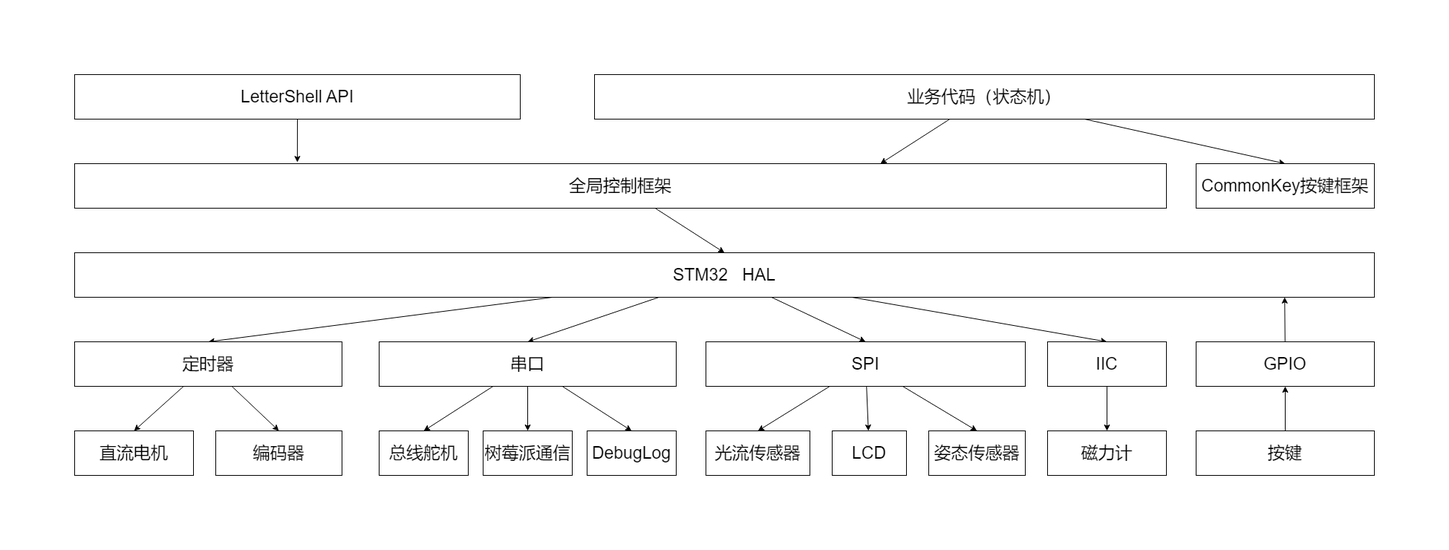
Above: Controler/structure.png in ZheWana/2023-Work-training-competition-software (draw.io), before the change. Source tidied: cells renumbered, new cells last; positions are measured from the earlier drawing's top-left corner, leaving out a move shared by most shapes. Its diagram source:
```xml
<mxGraphModel>
  <root>
    <mxCell id="0" />
    <mxCell id="1" parent="0" />
    <mxCell id="2" style="edgeStyle=none;html=1;entryX=0.5;entryY=0;entryDx=0;entryDy=0;fontSize=23;" parent="1" edge="1" source="3" target="8">
      <mxGeometry relative="1" as="geometry" />
    </mxCell>
    <mxCell id="3" value="&lt;font style=&quot;font-size: 23px;&quot;&gt;全局控制框架&lt;/font&gt;" style="rounded=0;whiteSpace=wrap;html=1;" parent="1" vertex="1">
      <mxGeometry y="120" width="1470" height="60" as="geometry" />
    </mxCell>
    <mxCell id="4" style="edgeStyle=none;html=1;entryX=0.5;entryY=0;entryDx=0;entryDy=0;fontSize=23;" parent="1" edge="1" source="8" target="11">
      <mxGeometry relative="1" as="geometry" />
    </mxCell>
    <mxCell id="5" style="edgeStyle=none;html=1;entryX=0.5;entryY=0;entryDx=0;entryDy=0;fontSize=23;" parent="1" edge="1" source="8" target="15">
      <mxGeometry relative="1" as="geometry" />
    </mxCell>
    <mxCell id="6" style="edgeStyle=none;html=1;entryX=0.5;entryY=0;entryDx=0;entryDy=0;fontSize=23;" parent="1" edge="1" source="8" target="19">
      <mxGeometry relative="1" as="geometry" />
    </mxCell>
    <mxCell id="7" style="edgeStyle=none;html=1;entryX=0.5;entryY=0;entryDx=0;entryDy=0;fontSize=23;" parent="1" edge="1" source="8" target="21">
      <mxGeometry relative="1" as="geometry" />
    </mxCell>
    <mxCell id="8" value="STM32&amp;nbsp; &amp;nbsp;HAL" style="whiteSpace=wrap;html=1;fontSize=23;" parent="1" vertex="1">
      <mxGeometry y="240" width="1750" height="60" as="geometry" />
    </mxCell>
    <mxCell id="9" style="edgeStyle=none;html=1;entryX=0.5;entryY=0;entryDx=0;entryDy=0;fontSize=23;" parent="1" edge="1" source="11" target="22">
      <mxGeometry relative="1" as="geometry" />
    </mxCell>
    <mxCell id="10" style="edgeStyle=none;html=1;entryX=0.5;entryY=0;entryDx=0;entryDy=0;fontSize=23;" parent="1" edge="1" source="11" target="23">
      <mxGeometry relative="1" as="geometry" />
    </mxCell>
    <mxCell id="11" value="定时器" style="whiteSpace=wrap;html=1;fontSize=23;" parent="1" vertex="1">
      <mxGeometry y="360" width="360" height="60" as="geometry" />
    </mxCell>
    <mxCell id="12" style="edgeStyle=none;html=1;entryX=0.5;entryY=0;entryDx=0;entryDy=0;fontSize=23;" parent="1" edge="1" source="15" target="24">
      <mxGeometry relative="1" as="geometry" />
    </mxCell>
    <mxCell id="13" style="edgeStyle=none;html=1;entryX=0.5;entryY=0;entryDx=0;entryDy=0;fontSize=23;" parent="1" edge="1" source="15" target="25">
      <mxGeometry relative="1" as="geometry" />
    </mxCell>
    <mxCell id="14" style="edgeStyle=none;html=1;entryX=0.5;entryY=0;entryDx=0;entryDy=0;fontSize=23;" parent="1" edge="1" source="15" target="26">
      <mxGeometry relative="1" as="geometry" />
    </mxCell>
    <mxCell id="15" value="串口" style="whiteSpace=wrap;html=1;fontSize=23;" parent="1" vertex="1">
      <mxGeometry x="410" y="360" width="400" height="60" as="geometry" />
    </mxCell>
    <mxCell id="16" style="edgeStyle=none;html=1;fontSize=23;entryX=0.5;entryY=0;entryDx=0;entryDy=0;" parent="1" edge="1" source="19" target="27">
      <mxGeometry relative="1" as="geometry" />
    </mxCell>
    <mxCell id="17" style="edgeStyle=none;html=1;fontSize=23;" parent="1" edge="1" source="19" target="28">
      <mxGeometry relative="1" as="geometry" />
    </mxCell>
    <mxCell id="18" style="edgeStyle=none;html=1;entryX=0.5;entryY=0;entryDx=0;entryDy=0;fontSize=23;" parent="1" edge="1" source="19" target="29">
      <mxGeometry relative="1" as="geometry" />
    </mxCell>
    <mxCell id="19" value="SPI" style="whiteSpace=wrap;html=1;fontSize=23;" parent="1" vertex="1">
      <mxGeometry x="850" y="360" width="430" height="60" as="geometry" />
    </mxCell>
    <mxCell id="20" style="edgeStyle=none;html=1;entryX=0.5;entryY=0;entryDx=0;entryDy=0;fontSize=23;" parent="1" edge="1" source="21" target="30">
      <mxGeometry relative="1" as="geometry" />
    </mxCell>
    <mxCell id="21" value="IIC" style="whiteSpace=wrap;html=1;fontSize=23;" parent="1" vertex="1">
      <mxGeometry x="1310" y="360" width="160" height="60" as="geometry" />
    </mxCell>
    <mxCell id="22" value="直流电机" style="whiteSpace=wrap;html=1;fontSize=23;" parent="1" vertex="1">
      <mxGeometry y="480" width="160" height="60" as="geometry" />
    </mxCell>
    <mxCell id="23" value="编码器" style="whiteSpace=wrap;html=1;fontSize=23;" parent="1" vertex="1">
      <mxGeometry x="190" y="480" width="170" height="60" as="geometry" />
    </mxCell>
    <mxCell id="24" value="总线舵机" style="whiteSpace=wrap;html=1;fontSize=23;" parent="1" vertex="1">
      <mxGeometry x="410" y="480" width="120" height="60" as="geometry" />
    </mxCell>
    <mxCell id="25" value="树莓派通信" style="whiteSpace=wrap;html=1;fontSize=23;" parent="1" vertex="1">
      <mxGeometry x="550" y="480" width="120" height="60" as="geometry" />
    </mxCell>
    <mxCell id="26" value="DebugLog" style="whiteSpace=wrap;html=1;fontSize=23;" parent="1" vertex="1">
      <mxGeometry x="690" y="480" width="120" height="60" as="geometry" />
    </mxCell>
    <mxCell id="27" value="光流传感器" style="whiteSpace=wrap;html=1;fontSize=23;" parent="1" vertex="1">
      <mxGeometry x="850" y="480" width="140" height="60" as="geometry" />
    </mxCell>
    <mxCell id="28" value="LCD" style="whiteSpace=wrap;html=1;fontSize=23;" parent="1" vertex="1">
      <mxGeometry x="1020" y="480" width="100" height="60" as="geometry" />
    </mxCell>
    <mxCell id="29" value="姿态传感器" style="whiteSpace=wrap;html=1;fontSize=23;" parent="1" vertex="1">
      <mxGeometry x="1150" y="480" width="130" height="60" as="geometry" />
    </mxCell>
    <mxCell id="30" value="磁力计" style="whiteSpace=wrap;html=1;fontSize=23;" parent="1" vertex="1">
      <mxGeometry x="1310" y="480" width="160" height="60" as="geometry" />
    </mxCell>
    <mxCell id="31" style="edgeStyle=none;html=1;entryX=0.204;entryY=-0.031;entryDx=0;entryDy=0;entryPerimeter=0;fontSize=23;" parent="1" edge="1" source="32" target="3">
      <mxGeometry relative="1" as="geometry" />
    </mxCell>
    <mxCell id="32" value="LetterShell API" style="whiteSpace=wrap;html=1;fontSize=23;" parent="1" vertex="1">
      <mxGeometry width="600" height="60" as="geometry" />
    </mxCell>
    <mxCell id="33" style="edgeStyle=none;html=1;entryX=0.738;entryY=0;entryDx=0;entryDy=0;entryPerimeter=0;fontSize=23;" parent="1" edge="1" source="35" target="3">
      <mxGeometry relative="1" as="geometry" />
    </mxCell>
    <mxCell id="34" style="edgeStyle=none;html=1;entryX=0.5;entryY=0;entryDx=0;entryDy=0;fontSize=23;" parent="1" edge="1" source="35" target="40">
      <mxGeometry relative="1" as="geometry" />
    </mxCell>
    <mxCell id="35" value="业务代码（状态机）" style="whiteSpace=wrap;html=1;fontSize=23;" parent="1" vertex="1">
      <mxGeometry x="700" width="1050" height="60" as="geometry" />
    </mxCell>
    <mxCell id="36" style="edgeStyle=none;html=1;entryX=0.931;entryY=0.998;entryDx=0;entryDy=0;entryPerimeter=0;fontSize=23;" parent="1" edge="1" source="37" target="8">
      <mxGeometry relative="1" as="geometry" />
    </mxCell>
    <mxCell id="37" value="GPIO" style="whiteSpace=wrap;html=1;fontSize=23;" parent="1" vertex="1">
      <mxGeometry x="1510" y="360" width="240" height="60" as="geometry" />
    </mxCell>
    <mxCell id="38" style="edgeStyle=none;html=1;entryX=0.5;entryY=1;entryDx=0;entryDy=0;fontSize=23;" parent="1" edge="1" source="39" target="37">
      <mxGeometry relative="1" as="geometry" />
    </mxCell>
    <mxCell id="39" value="按键" style="whiteSpace=wrap;html=1;fontSize=23;" parent="1" vertex="1">
      <mxGeometry x="1510" y="480" width="240" height="60" as="geometry" />
    </mxCell>
    <mxCell id="40" value="CommonKey按键框架" style="whiteSpace=wrap;html=1;fontSize=23;" parent="1" vertex="1">
      <mxGeometry x="1510" y="120" width="240" height="60" as="geometry" />
    </mxCell>
  </root>
</mxGraphModel>
```
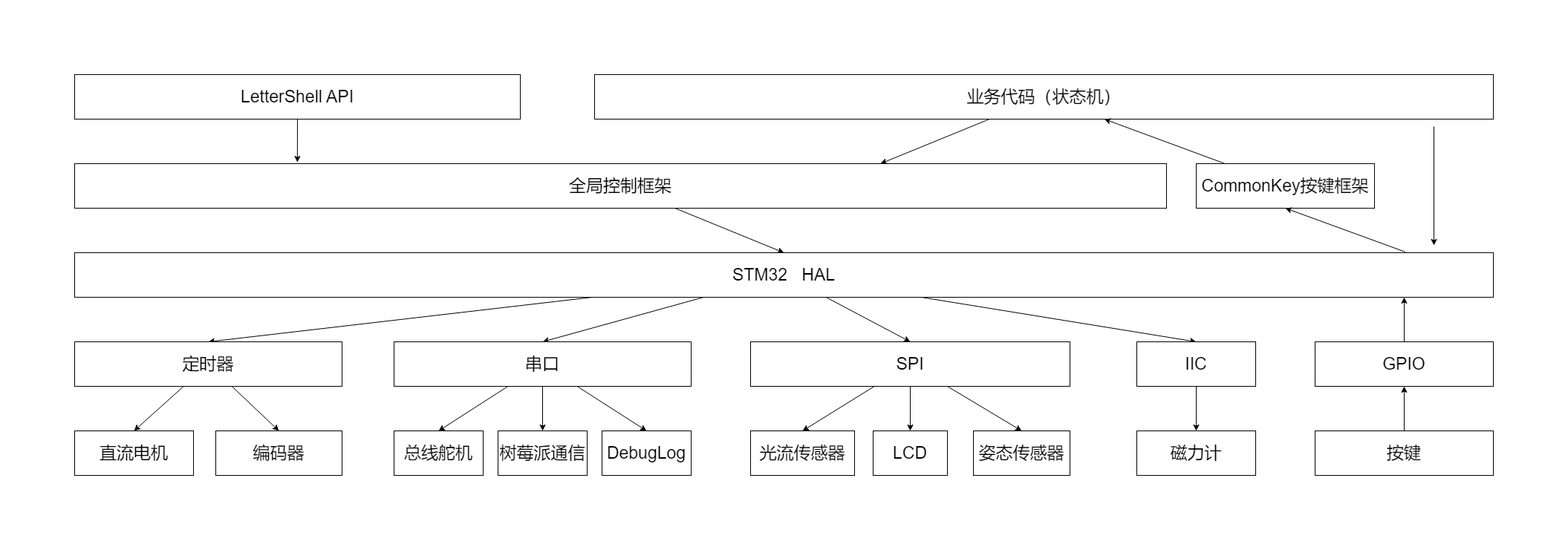
Later version of the same file.

Commit message:
更新架构图

Diff of the diagram source:
```diff
@@ -21,7 +21,7 @@
       <mxGeometry relative="1" as="geometry" />
     </mxCell>
     <mxCell id="8" value="STM32&amp;nbsp; &amp;nbsp;HAL" style="whiteSpace=wrap;html=1;fontSize=23;" parent="1" vertex="1">
-      <mxGeometry y="240" width="1750" height="60" as="geometry" />
+      <mxGeometry y="240" width="1910" height="60" as="geometry" />
     </mxCell>
     <mxCell id="9" style="edgeStyle=none;html=1;entryX=0.5;entryY=0;entryDx=0;entryDy=0;fontSize=23;" parent="1" edge="1" source="11" target="22">
       <mxGeometry relative="1" as="geometry" />
@@ -42,7 +42,7 @@
       <mxGeometry relative="1" as="geometry" />
     </mxCell>
     <mxCell id="15" value="串口" style="whiteSpace=wrap;html=1;fontSize=23;" parent="1" vertex="1">
-      <mxGeometry x="410" y="360" width="400" height="60" as="geometry" />
+      <mxGeometry x="430" y="360" width="400" height="60" as="geometry" />
     </mxCell>
     <mxCell id="16" style="edgeStyle=none;html=1;fontSize=23;entryX=0.5;entryY=0;entryDx=0;entryDy=0;" parent="1" edge="1" source="19" target="27">
       <mxGeometry relative="1" as="geometry" />
@@ -54,13 +54,13 @@
       <mxGeometry relative="1" as="geometry" />
     </mxCell>
     <mxCell id="19" value="SPI" style="whiteSpace=wrap;html=1;fontSize=23;" parent="1" vertex="1">
-      <mxGeometry x="850" y="360" width="430" height="60" as="geometry" />
+      <mxGeometry x="910" y="360" width="430" height="60" as="geometry" />
     </mxCell>
     <mxCell id="20" style="edgeStyle=none;html=1;entryX=0.5;entryY=0;entryDx=0;entryDy=0;fontSize=23;" parent="1" edge="1" source="21" target="30">
       <mxGeometry relative="1" as="geometry" />
     </mxCell>
     <mxCell id="21" value="IIC" style="whiteSpace=wrap;html=1;fontSize=23;" parent="1" vertex="1">
-      <mxGeometry x="1310" y="360" width="160" height="60" as="geometry" />
+      <mxGeometry x="1430" y="360" width="160" height="60" as="geometry" />
     </mxCell>
     <mxCell id="22" value="直流电机" style="whiteSpace=wrap;html=1;fontSize=23;" parent="1" vertex="1">
       <mxGeometry y="480" width="160" height="60" as="geometry" />
@@ -69,25 +69,25 @@
       <mxGeometry x="190" y="480" width="170" height="60" as="geometry" />
     </mxCell>
     <mxCell id="24" value="总线舵机" style="whiteSpace=wrap;html=1;fontSize=23;" parent="1" vertex="1">
-      <mxGeometry x="410" y="480" width="120" height="60" as="geometry" />
+      <mxGeometry x="430" y="480" width="120" height="60" as="geometry" />
     </mxCell>
     <mxCell id="25" value="树莓派通信" style="whiteSpace=wrap;html=1;fontSize=23;" parent="1" vertex="1">
-      <mxGeometry x="550" y="480" width="120" height="60" as="geometry" />
+      <mxGeometry x="570" y="480" width="120" height="60" as="geometry" />
     </mxCell>
     <mxCell id="26" value="DebugLog" style="whiteSpace=wrap;html=1;fontSize=23;" parent="1" vertex="1">
-      <mxGeometry x="690" y="480" width="120" height="60" as="geometry" />
+      <mxGeometry x="710" y="480" width="120" height="60" as="geometry" />
     </mxCell>
     <mxCell id="27" value="光流传感器" style="whiteSpace=wrap;html=1;fontSize=23;" parent="1" vertex="1">
-      <mxGeometry x="850" y="480" width="140" height="60" as="geometry" />
+      <mxGeometry x="910" y="480" width="140" height="60" as="geometry" />
     </mxCell>
     <mxCell id="28" value="LCD" style="whiteSpace=wrap;html=1;fontSize=23;" parent="1" vertex="1">
-      <mxGeometry x="1020" y="480" width="100" height="60" as="geometry" />
+      <mxGeometry x="1075" y="480" width="100" height="60" as="geometry" />
     </mxCell>
     <mxCell id="29" value="姿态传感器" style="whiteSpace=wrap;html=1;fontSize=23;" parent="1" vertex="1">
-      <mxGeometry x="1150" y="480" width="130" height="60" as="geometry" />
+      <mxGeometry x="1210" y="480" width="130" height="60" as="geometry" />
     </mxCell>
     <mxCell id="30" value="磁力计" style="whiteSpace=wrap;html=1;fontSize=23;" parent="1" vertex="1">
-      <mxGeometry x="1310" y="480" width="160" height="60" as="geometry" />
+      <mxGeometry x="1430" y="480" width="160" height="60" as="geometry" />
     </mxCell>
     <mxCell id="31" style="edgeStyle=none;html=1;entryX=0.204;entryY=-0.031;entryDx=0;entryDy=0;entryPerimeter=0;fontSize=23;" parent="1" edge="1" source="32" target="3">
       <mxGeometry relative="1" as="geometry" />
@@ -98,26 +98,37 @@
     <mxCell id="33" style="edgeStyle=none;html=1;entryX=0.738;entryY=0;entryDx=0;entryDy=0;entryPerimeter=0;fontSize=23;" parent="1" edge="1" source="35" target="3">
       <mxGeometry relative="1" as="geometry" />
     </mxCell>
-    <mxCell id="34" style="edgeStyle=none;html=1;entryX=0.5;entryY=0;entryDx=0;entryDy=0;fontSize=23;" parent="1" edge="1" source="35" target="40">
-      <mxGeometry relative="1" as="geometry" />
-    </mxCell>
     <mxCell id="35" value="业务代码（状态机）" style="whiteSpace=wrap;html=1;fontSize=23;" parent="1" vertex="1">
-      <mxGeometry x="700" width="1050" height="60" as="geometry" />
+      <mxGeometry x="700" width="1210" height="60" as="geometry" />
     </mxCell>
-    <mxCell id="36" style="edgeStyle=none;html=1;entryX=0.931;entryY=0.998;entryDx=0;entryDy=0;entryPerimeter=0;fontSize=23;" parent="1" edge="1" source="37" target="8">
-      <mxGeometry relative="1" as="geometry" />
-    </mxCell>
+    <mxCell id="41" style="edgeStyle=none;html=1;" parent="1" edge="1" source="37">
+      <mxGeometry relative="1" as="geometry">
+        <mxPoint x="1790" y="300" as="targetPoint" />
+      </mxGeometry>
+    </mxCell>
     <mxCell id="37" value="GPIO" style="whiteSpace=wrap;html=1;fontSize=23;" parent="1" vertex="1">
-      <mxGeometry x="1510" y="360" width="240" height="60" as="geometry" />
+      <mxGeometry x="1670" y="360" width="240" height="60" as="geometry" />
     </mxCell>
     <mxCell id="38" style="edgeStyle=none;html=1;entryX=0.5;entryY=1;entryDx=0;entryDy=0;fontSize=23;" parent="1" edge="1" source="39" target="37">
       <mxGeometry relative="1" as="geometry" />
     </mxCell>
     <mxCell id="39" value="按键" style="whiteSpace=wrap;html=1;fontSize=23;" parent="1" vertex="1">
-      <mxGeometry x="1510" y="480" width="240" height="60" as="geometry" />
+      <mxGeometry x="1670" y="480" width="240" height="60" as="geometry" />
     </mxCell>
+    <mxCell id="42" style="edgeStyle=none;html=1;" parent="1" edge="1" source="40" target="35">
+      <mxGeometry relative="1" as="geometry" />
+    </mxCell>
     <mxCell id="40" value="CommonKey按键框架" style="whiteSpace=wrap;html=1;fontSize=23;" parent="1" vertex="1">
       <mxGeometry x="1510" y="120" width="240" height="60" as="geometry" />
     </mxCell>
+    <mxCell id="43" style="edgeStyle=none;orthogonalLoop=1;jettySize=auto;html=1;" parent="1" edge="1">
+      <mxGeometry relative="1" as="geometry">
+        <mxPoint x="1830" y="70" as="sourcePoint" />
+        <mxPoint x="1830" y="230" as="targetPoint" />
+      </mxGeometry>
+    </mxCell>
+    <mxCell id="44" style="edgeStyle=none;jettySize=auto;html=1;entryX=0.5;entryY=1;entryDx=0;entryDy=0;exitX=0.938;exitY=-0.017;exitDx=0;exitDy=0;exitPerimeter=0;" parent="1" edge="1" source="8" target="40">
+      <mxGeometry relative="1" as="geometry" />
+    </mxCell>
   </root>
 </mxGraphModel>
```
